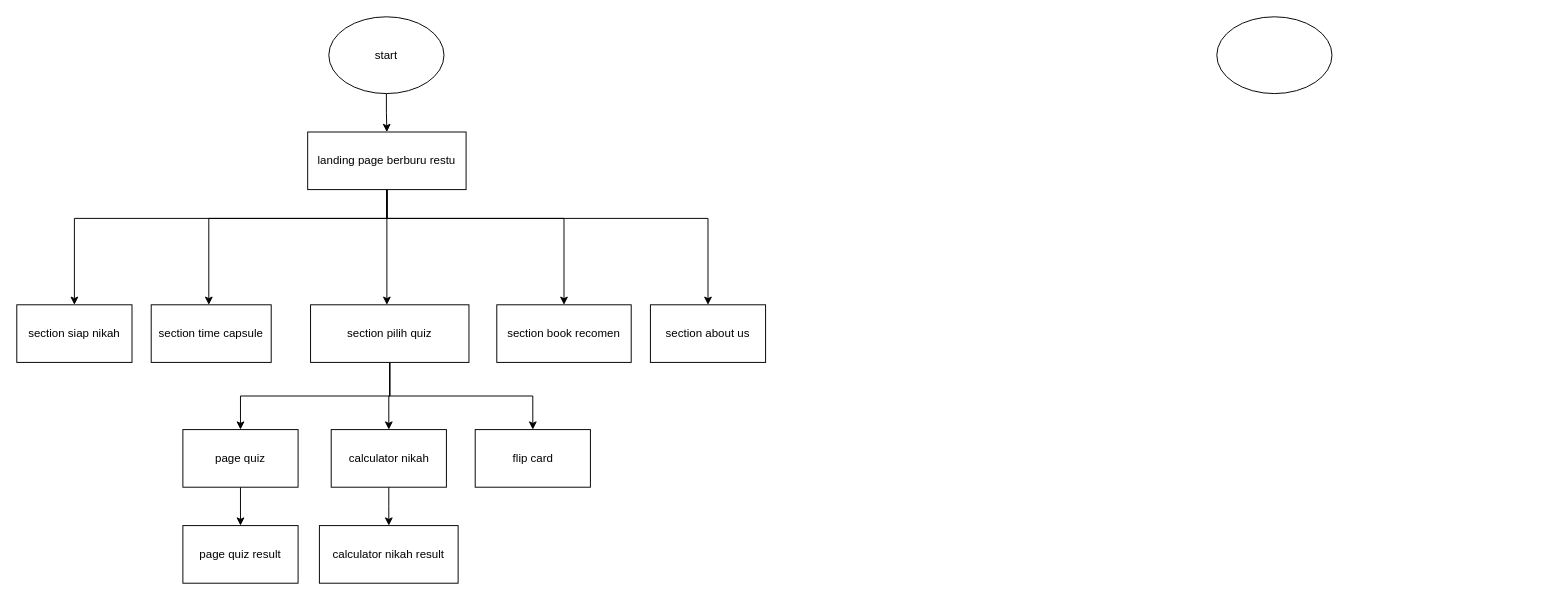
Earlier version of the draw.io diagram Untitled Diagram.drawio (ukisatriana/Flow-serv). Source tidied: cells renumbered, new cells numbered last; positions are measured from the earlier drawing's top-left corner, leaving out a move shared by most shapes. Both pictures are drawn from the tidied source at 96%, with x=0, y=0 at pixel (16, 16).
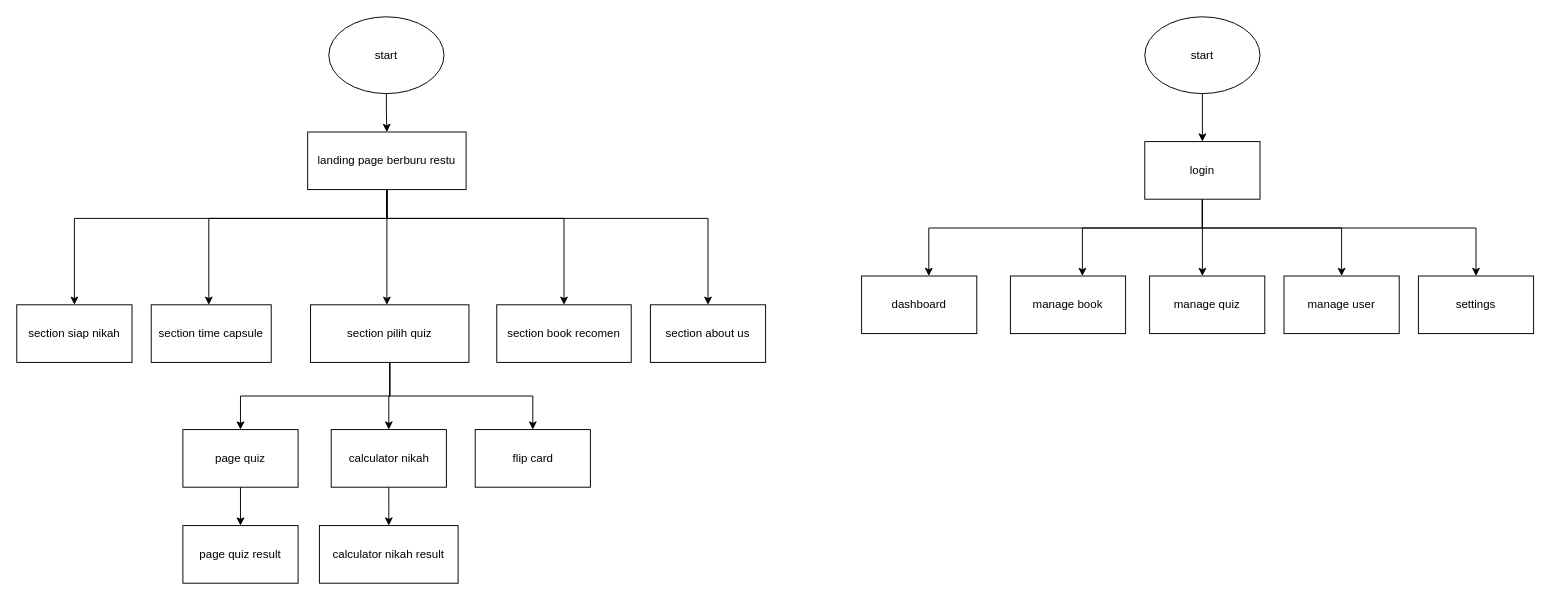
Above is the later version.

The edit, as a diff of the source:
```diff
@@
+    <mxCell id="26" style="edgeStyle=orthogonalEdgeStyle;rounded=0;jettySize=auto;html=1;" parent="1" edge="1" source="25" target="32">
+      <mxGeometry relative="1" as="geometry" />
+    </mxCell>
-    <mxCell id="25" style="ellipse;whiteSpace=wrap;html=1;" parent="1" vertex="1">
-      <mxGeometry x="1250" width="120" height="80" as="geometry" />
+    <mxCell id="25" value="start" style="ellipse;whiteSpace=wrap;html=1;" parent="1" vertex="1">
+      <mxGeometry x="1175" width="120" height="80" as="geometry" />
     </mxCell>
+    <mxCell id="27" style="edgeStyle=orthogonalEdgeStyle;rounded=0;jettySize=auto;html=1;" parent="1" edge="1" source="32" target="33">
+      <mxGeometry relative="1" as="geometry">
+        <Array as="points">
+          <mxPoint x="1235" y="220" />
+          <mxPoint x="950" y="220" />
+        </Array>
+      </mxGeometry>
+    </mxCell>
+    <mxCell id="28" style="edgeStyle=orthogonalEdgeStyle;rounded=0;jettySize=auto;html=1;" parent="1" edge="1" source="32" target="34">
+      <mxGeometry relative="1" as="geometry">
+        <Array as="points">
+          <mxPoint x="1235" y="220" />
+          <mxPoint x="1110" y="220" />
+        </Array>
+      </mxGeometry>
+    </mxCell>
+    <mxCell id="29" style="edgeStyle=orthogonalEdgeStyle;rounded=0;jettySize=auto;html=1;" parent="1" edge="1" source="32" target="35">
+      <mxGeometry relative="1" as="geometry">
+        <Array as="points">
+          <mxPoint x="1235" y="250" />
+          <mxPoint x="1235" y="250" />
+        </Array>
+      </mxGeometry>
+    </mxCell>
+    <mxCell id="30" style="edgeStyle=orthogonalEdgeStyle;rounded=0;jettySize=auto;html=1;" parent="1" edge="1" source="32" target="36">
+      <mxGeometry relative="1" as="geometry">
+        <Array as="points">
+          <mxPoint x="1235" y="220" />
+          <mxPoint x="1380" y="220" />
+        </Array>
+      </mxGeometry>
+    </mxCell>
+    <mxCell id="31" style="edgeStyle=orthogonalEdgeStyle;rounded=0;jettySize=auto;html=1;" parent="1" edge="1" source="32" target="37">
+      <mxGeometry relative="1" as="geometry">
+        <Array as="points">
+          <mxPoint x="1235" y="220" />
+          <mxPoint x="1520" y="220" />
+        </Array>
+      </mxGeometry>
+    </mxCell>
+    <mxCell id="32" value="login" style="whiteSpace=wrap;html=1;" parent="1" vertex="1">
+      <mxGeometry x="1175" y="130" width="120" height="60" as="geometry" />
+    </mxCell>
+    <mxCell id="33" value="dashboard" style="whiteSpace=wrap;html=1;" parent="1" vertex="1">
+      <mxGeometry x="880" y="270" width="120" height="60" as="geometry" />
+    </mxCell>
+    <mxCell id="34" value="manage book" style="whiteSpace=wrap;html=1;" parent="1" vertex="1">
+      <mxGeometry x="1035" y="270" width="120" height="60" as="geometry" />
+    </mxCell>
+    <mxCell id="35" value="manage quiz" style="whiteSpace=wrap;html=1;" parent="1" vertex="1">
+      <mxGeometry x="1180" y="270" width="120" height="60" as="geometry" />
+    </mxCell>
+    <mxCell id="36" value="manage user" style="whiteSpace=wrap;html=1;" parent="1" vertex="1">
+      <mxGeometry x="1320" y="270" width="120" height="60" as="geometry" />
+    </mxCell>
+    <mxCell id="37" value="settings" style="whiteSpace=wrap;html=1;" parent="1" vertex="1">
+      <mxGeometry x="1460" y="270" width="120" height="60" as="geometry" />
+    </mxCell>
```
